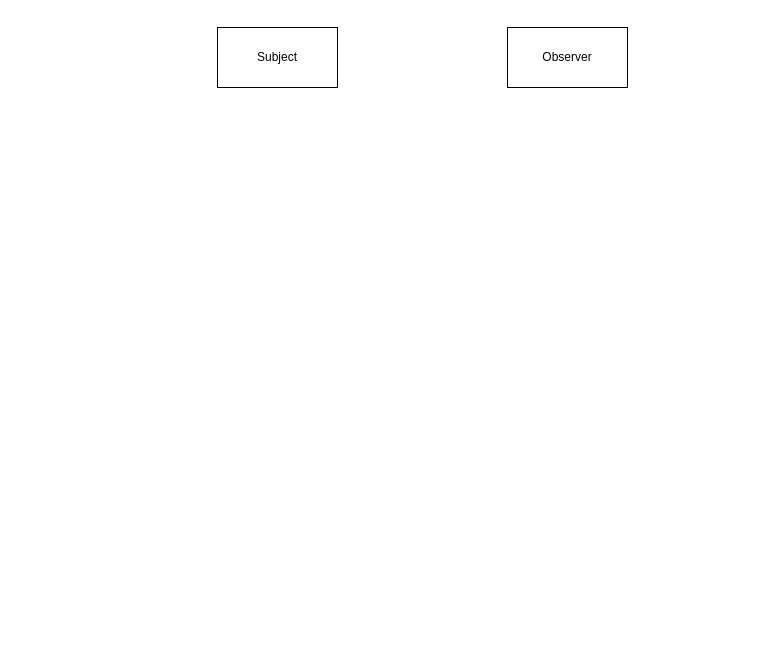
The draw.io diagram ClassDesign.drawio in quangcrazymen/Breakout-Game-OpenGL, before the edit. Source tidied: cells renumbered, new cells numbered last; positions are measured from the earlier drawing's top-left corner, leaving out a move shared by most shapes. Both pictures are drawn from the tidied source at 100%, with x=0, y=0 at pixel (217, 27).
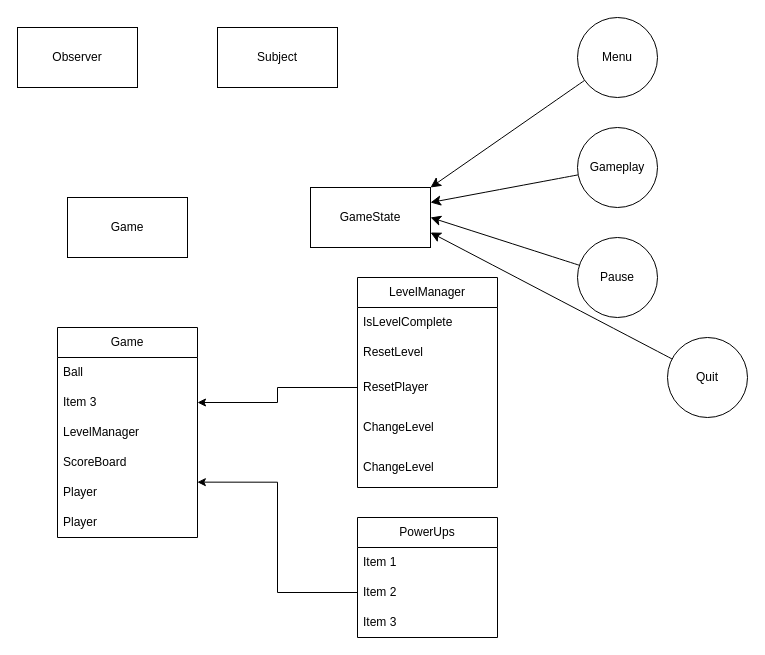
The same page after the edit.

Change to the diagram source:
```diff
@@
     <mxCell id="3" value="Observer" style="whiteSpace=wrap;html=1;" parent="1" vertex="1">
-      <mxGeometry x="290" width="120" height="60" as="geometry" />
+      <mxGeometry x="-200" width="120" height="60" as="geometry" />
     </mxCell>
+    <mxCell id="4" value="Game" style="whiteSpace=wrap;html=1;" parent="1" vertex="1">
+      <mxGeometry x="-150" y="170" width="120" height="60" as="geometry" />
+    </mxCell>
+    <mxCell id="5" value="GameState" style="whiteSpace=wrap;html=1;" parent="1" vertex="1">
+      <mxGeometry x="93" y="160" width="120" height="60" as="geometry" />
+    </mxCell>
+    <mxCell id="6" style="edgeStyle=none;curved=1;rounded=0;jettySize=auto;html=1;fontSize=12;startSize=8;endSize=8;entryX=1;entryY=0.25;entryDx=0;entryDy=0;" parent="1" edge="1" source="7" target="5">
+      <mxGeometry relative="1" as="geometry" />
+    </mxCell>
+    <mxCell id="7" value="Gameplay" style="ellipse;whiteSpace=wrap;html=1;" parent="1" vertex="1">
+      <mxGeometry x="360" y="100" width="80" height="80" as="geometry" />
+    </mxCell>
+    <mxCell id="8" style="edgeStyle=none;curved=1;rounded=0;jettySize=auto;html=1;entryX=1;entryY=0.5;entryDx=0;entryDy=0;fontSize=12;startSize=8;endSize=8;" parent="1" edge="1" source="9" target="5">
+      <mxGeometry relative="1" as="geometry" />
+    </mxCell>
+    <mxCell id="9" value="Pause" style="ellipse;whiteSpace=wrap;html=1;" parent="1" vertex="1">
+      <mxGeometry x="360" y="210" width="80" height="80" as="geometry" />
+    </mxCell>
+    <mxCell id="10" style="edgeStyle=none;curved=1;rounded=0;jettySize=auto;html=1;entryX=1;entryY=0;entryDx=0;entryDy=0;fontSize=12;startSize=8;endSize=8;" parent="1" edge="1" source="11" target="5">
+      <mxGeometry relative="1" as="geometry" />
+    </mxCell>
+    <mxCell id="11" value="Menu" style="ellipse;whiteSpace=wrap;html=1;" parent="1" vertex="1">
+      <mxGeometry x="360" y="-10" width="80" height="80" as="geometry" />
+    </mxCell>
+    <mxCell id="12" style="edgeStyle=none;curved=1;rounded=0;jettySize=auto;html=1;entryX=1;entryY=0.75;entryDx=0;entryDy=0;fontSize=12;startSize=8;endSize=8;" parent="1" edge="1" source="13" target="5">
+      <mxGeometry relative="1" as="geometry" />
+    </mxCell>
+    <mxCell id="13" value="Quit" style="ellipse;whiteSpace=wrap;html=1;" parent="1" vertex="1">
+      <mxGeometry x="450" y="310" width="80" height="80" as="geometry" />
+    </mxCell>
+    <mxCell id="14" value="Game" style="swimlane;fontStyle=0;horizontal=1;startSize=30;whiteSpace=wrap;html=1;" parent="1" vertex="1">
+      <mxGeometry x="-160" y="300" width="140" height="210" as="geometry" />
+    </mxCell>
+    <mxCell id="15" value="Ball" style="text;strokeColor=none;fillColor=none;align=left;verticalAlign=middle;spacingLeft=4;spacingRight=4;overflow=hidden;whiteSpace=wrap;html=1;" parent="14" vertex="1">
+      <mxGeometry y="30" width="140" height="30" as="geometry" />
+    </mxCell>
+    <mxCell id="16" value="Item 3" style="text;strokeColor=none;fillColor=none;align=left;verticalAlign=middle;spacingLeft=4;spacingRight=4;overflow=hidden;points=[[0,0.5],[1,0.5]];portConstraint=eastwest;whiteSpace=wrap;html=1;" parent="14" vertex="1">
+      <mxGeometry y="60" width="140" height="30" as="geometry" />
+    </mxCell>
+    <mxCell id="17" value="LevelManager" style="text;strokeColor=none;fillColor=none;align=left;verticalAlign=middle;spacingLeft=4;spacingRight=4;overflow=hidden;whiteSpace=wrap;html=1;" parent="14" vertex="1">
+      <mxGeometry y="90" width="140" height="30" as="geometry" />
+    </mxCell>
+    <mxCell id="18" value="ScoreBoard" style="text;strokeColor=none;fillColor=none;align=left;verticalAlign=middle;spacingLeft=4;spacingRight=4;overflow=hidden;whiteSpace=wrap;html=1;" parent="14" vertex="1">
+      <mxGeometry y="120" width="140" height="30" as="geometry" />
+    </mxCell>
+    <mxCell id="19" value="Player" style="text;strokeColor=none;fillColor=none;align=left;verticalAlign=middle;spacingLeft=4;spacingRight=4;overflow=hidden;points=[[0,0.5],[1,0.5]];portConstraint=eastwest;whiteSpace=wrap;html=1;" parent="14" vertex="1">
+      <mxGeometry y="150" width="140" height="30" as="geometry" />
+    </mxCell>
+    <mxCell id="20" value="Player" style="text;strokeColor=none;fillColor=none;align=left;verticalAlign=middle;spacingLeft=4;spacingRight=4;overflow=hidden;whiteSpace=wrap;html=1;" parent="14" vertex="1">
+      <mxGeometry y="180" width="140" height="30" as="geometry" />
+    </mxCell>
+    <mxCell id="21" value="LevelManager" style="swimlane;fontStyle=0;horizontal=1;startSize=30;whiteSpace=wrap;html=1;" parent="1" vertex="1">
+      <mxGeometry x="140" y="250" width="140" height="210" as="geometry" />
+    </mxCell>
+    <mxCell id="22" value="IsLevelComplete" style="text;strokeColor=none;fillColor=none;align=left;verticalAlign=middle;spacingLeft=4;spacingRight=4;overflow=hidden;whiteSpace=wrap;html=1;" parent="21" vertex="1">
+      <mxGeometry y="30" width="140" height="30" as="geometry" />
+    </mxCell>
+    <mxCell id="23" value="ResetLevel" style="text;strokeColor=none;fillColor=none;align=left;verticalAlign=middle;spacingLeft=4;spacingRight=4;overflow=hidden;whiteSpace=wrap;html=1;" parent="21" vertex="1">
+      <mxGeometry y="60" width="140" height="30" as="geometry" />
+    </mxCell>
+    <mxCell id="24" value="ResetPlayer" style="text;strokeColor=none;fillColor=none;align=left;verticalAlign=middle;spacingLeft=4;spacingRight=4;overflow=hidden;points=[[0,0.5],[1,0.5]];portConstraint=eastwest;whiteSpace=wrap;html=1;" parent="21" vertex="1">
+      <mxGeometry y="90" width="140" height="40" as="geometry" />
+    </mxCell>
+    <mxCell id="25" value="ChangeLevel" style="text;strokeColor=none;fillColor=none;align=left;verticalAlign=middle;spacingLeft=4;spacingRight=4;overflow=hidden;whiteSpace=wrap;html=1;" parent="21" vertex="1">
+      <mxGeometry y="130" width="140" height="40" as="geometry" />
+    </mxCell>
+    <mxCell id="26" value="ChangeLevel" style="text;strokeColor=none;fillColor=none;align=left;verticalAlign=middle;spacingLeft=4;spacingRight=4;overflow=hidden;whiteSpace=wrap;html=1;" parent="21" vertex="1">
+      <mxGeometry y="170" width="140" height="40" as="geometry" />
+    </mxCell>
+    <mxCell id="27" style="edgeStyle=orthogonalEdgeStyle;rounded=0;jettySize=auto;html=1;entryX=1;entryY=0.5;entryDx=0;entryDy=0;" parent="1" edge="1" source="24" target="16">
+      <mxGeometry relative="1" as="geometry" />
+    </mxCell>
+    <mxCell id="28" value="PowerUps" style="swimlane;fontStyle=0;horizontal=1;startSize=30;whiteSpace=wrap;html=1;" parent="1" vertex="1">
+      <mxGeometry x="140" y="490" width="140" height="120" as="geometry" />
+    </mxCell>
+    <mxCell id="29" value="Item 1" style="text;strokeColor=none;fillColor=none;align=left;verticalAlign=middle;spacingLeft=4;spacingRight=4;overflow=hidden;whiteSpace=wrap;html=1;" parent="28" vertex="1">
+      <mxGeometry y="30" width="140" height="30" as="geometry" />
+    </mxCell>
+    <mxCell id="30" value="Item 2" style="text;strokeColor=none;fillColor=none;align=left;verticalAlign=middle;spacingLeft=4;spacingRight=4;overflow=hidden;points=[[0,0.5],[1,0.5]];portConstraint=eastwest;whiteSpace=wrap;html=1;" parent="28" vertex="1">
+      <mxGeometry y="60" width="140" height="30" as="geometry" />
+    </mxCell>
+    <mxCell id="31" value="Item 3" style="text;strokeColor=none;fillColor=none;align=left;verticalAlign=middle;spacingLeft=4;spacingRight=4;overflow=hidden;whiteSpace=wrap;html=1;" parent="28" vertex="1">
+      <mxGeometry y="90" width="140" height="30" as="geometry" />
+    </mxCell>
+    <mxCell id="32" style="edgeStyle=orthogonalEdgeStyle;rounded=0;jettySize=auto;html=1;entryX=0.999;entryY=0.155;entryDx=0;entryDy=0;entryPerimeter=0;" parent="1" edge="1" source="30" target="19">
+      <mxGeometry relative="1" as="geometry" />
+    </mxCell>
```
